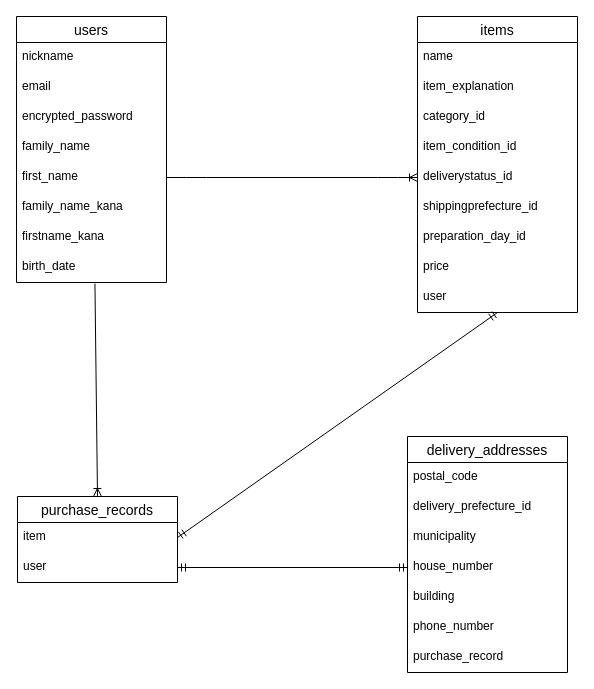
Earlier version of the draw.io diagram furima_31773.dio (hide-sugi/furima-31773). Source tidied: cells renumbered, new cells numbered last; positions are measured from the earlier drawing's top-left corner, leaving out a move shared by most shapes. Both pictures are drawn from the tidied source at 100%, with x=0, y=0 at pixel (16, 16).
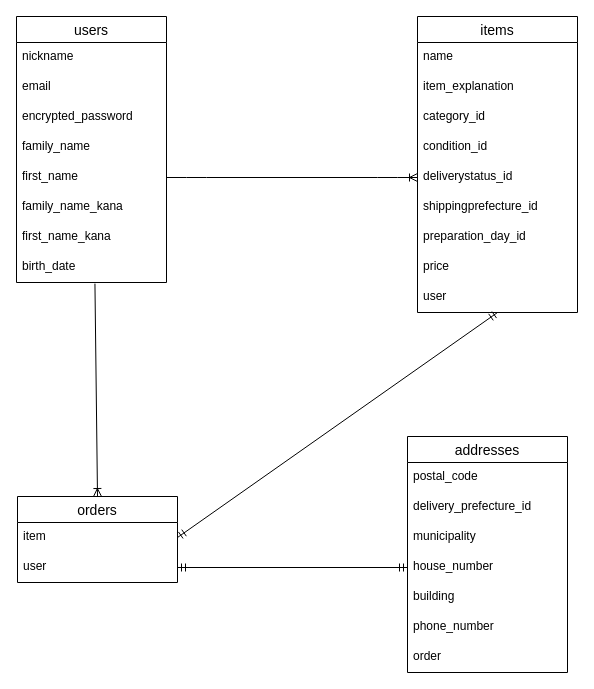
The same page after the edit.

Unchanged cells that the change refers to:
```xml
<mxCell id="2" value="users" style="swimlane;fontStyle=0;horizontal=1;startSize=26;align=center;fontSize=14;" parent="1" vertex="1">
  <mxGeometry width="150" height="266" as="geometry" />
</mxCell>
<mxCell id="12" value="items" style="swimlane;fontStyle=0;horizontal=1;startSize=26;align=center;fontSize=14;" parent="1" vertex="1">
  <mxGeometry x="401" width="160" height="296" as="geometry" />
</mxCell>
```

Change to the diagram source:
```diff
@@
-    <mxCell id="9" value="firstname_kana" style="text;strokeColor=none;fillColor=none;spacingLeft=4;spacingRight=4;overflow=hidden;fontSize=12;" parent="2" vertex="1">
+    <mxCell id="9" value="first_name_kana" style="text;strokeColor=none;fillColor=none;spacingLeft=4;spacingRight=4;overflow=hidden;fontSize=12;" parent="2" vertex="1">
       <mxGeometry y="206" width="150" height="30" as="geometry" />
     </mxCell>
@@
-    <mxCell id="16" value="item_condition_id" style="text;strokeColor=none;fillColor=none;spacingLeft=4;spacingRight=4;overflow=hidden;fontSize=12;" parent="12" vertex="1">
+    <mxCell id="16" value="condition_id" style="text;strokeColor=none;fillColor=none;spacingLeft=4;spacingRight=4;overflow=hidden;fontSize=12;" parent="12" vertex="1">
       <mxGeometry y="116" width="160" height="30" as="geometry" />
     </mxCell>
@@
-    <mxCell id="23" value="purchase_records" style="swimlane;fontStyle=0;horizontal=1;startSize=26;align=center;fontSize=14;" parent="1" vertex="1">
+    <mxCell id="23" value="orders" style="swimlane;fontStyle=0;horizontal=1;startSize=26;align=center;fontSize=14;" parent="1" vertex="1">
       <mxGeometry x="1" y="480" width="160" height="86" as="geometry" />
     </mxCell>
@@
-    <mxCell id="29" value="delivery_addresses" style="swimlane;fontStyle=0;horizontal=1;startSize=26;align=center;fontSize=14;" parent="1" vertex="1">
+    <mxCell id="29" value="addresses" style="swimlane;fontStyle=0;horizontal=1;startSize=26;align=center;fontSize=14;" parent="1" vertex="1">
       <mxGeometry x="391" y="420" width="160" height="236" as="geometry" />
     </mxCell>
@@
-    <mxCell id="36" value="purchase_record" style="text;strokeColor=none;fillColor=none;spacingLeft=4;spacingRight=4;overflow=hidden;fontSize=12;" parent="29" vertex="1">
+    <mxCell id="36" value="order" style="text;strokeColor=none;fillColor=none;spacingLeft=4;spacingRight=4;overflow=hidden;fontSize=12;" parent="29" vertex="1">
       <mxGeometry y="206" width="160" height="30" as="geometry" />
     </mxCell>
```
